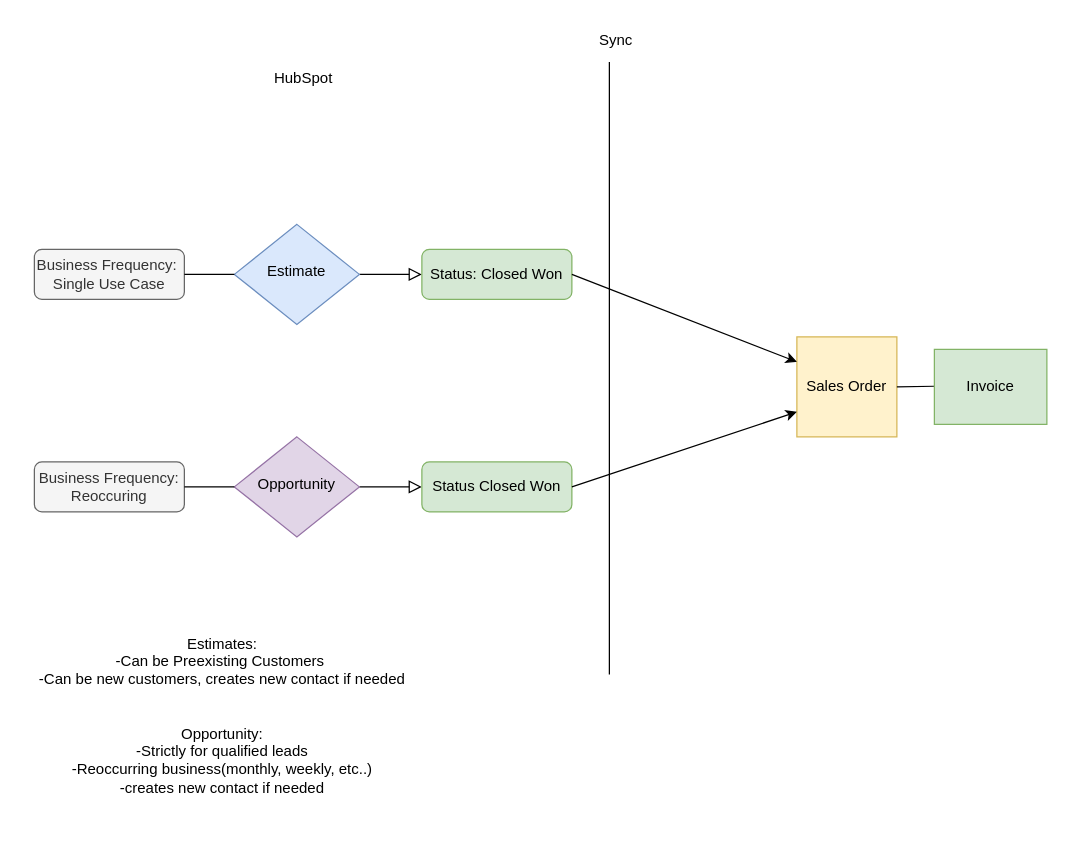
This is Untitled Diagram.drawio from CWalrath/cwalrath.github.io, a draw.io file, before an edit. Source tidied: cells renumbered, new cells numbered last; positions are measured from the earlier drawing's top-left corner, leaving out a move shared by most shapes. Both pictures are drawn from the tidied source at 125%, with x=0, y=0 at pixel (21, 21).
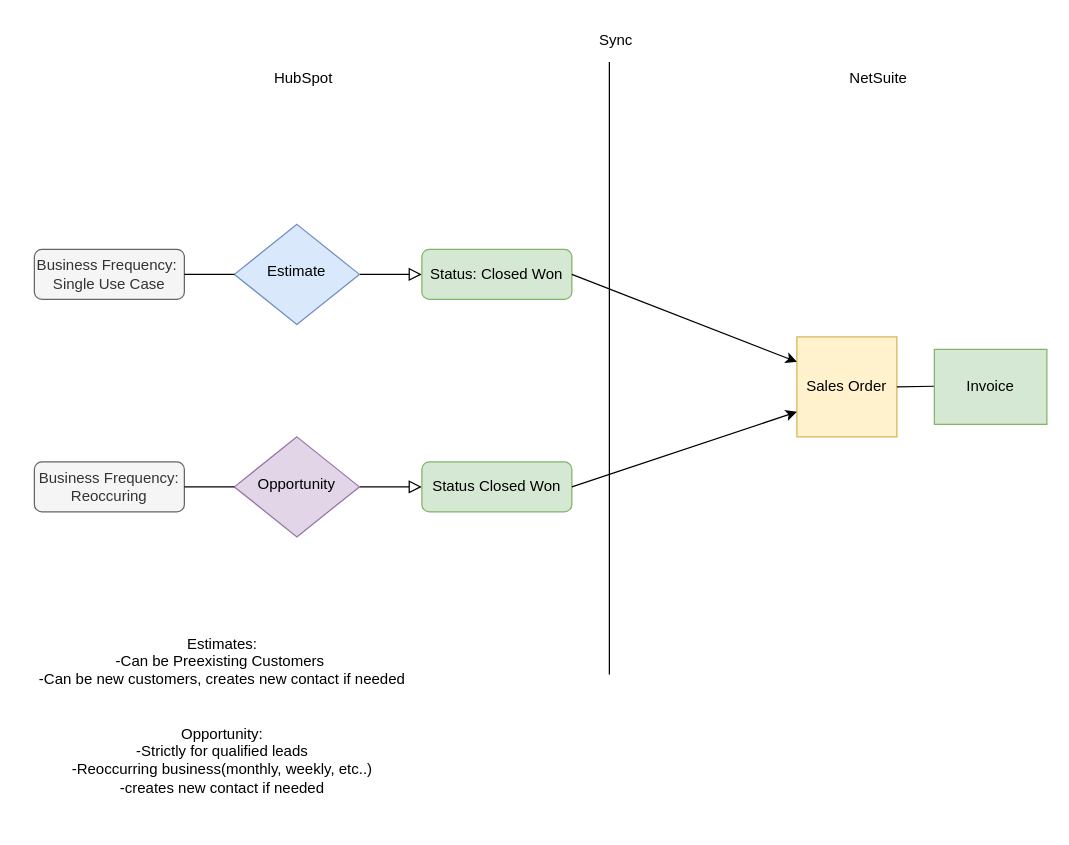
The same diagram, later.

What changed in the source:
```diff
@@
+    <mxCell id="21" value="NetSuite" style="text;html=1;align=center;verticalAlign=middle;strokeColor=none;fillColor=none;" parent="1" vertex="1">
+      <mxGeometry x="650" y="30" width="70" height="30" as="geometry" />
+    </mxCell>
```
